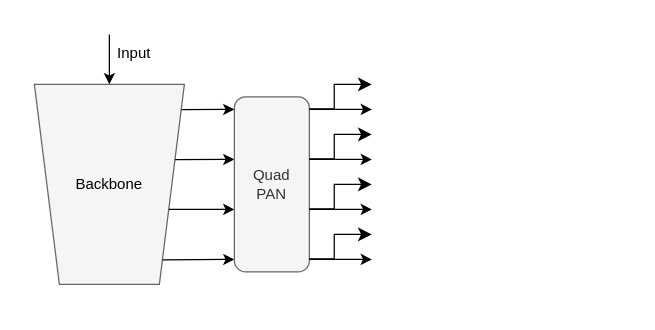
This is 未命名绘图.drawio from ThrowYouARem/d2l-zh, a draw.io file, before an edit. Source tidied: cells renumbered, new cells numbered last; positions are measured from the earlier drawing's top-left corner, leaving out a move shared by most shapes. Both pictures are drawn from the tidied source at 125%, with x=0, y=0 at pixel (34, 34).
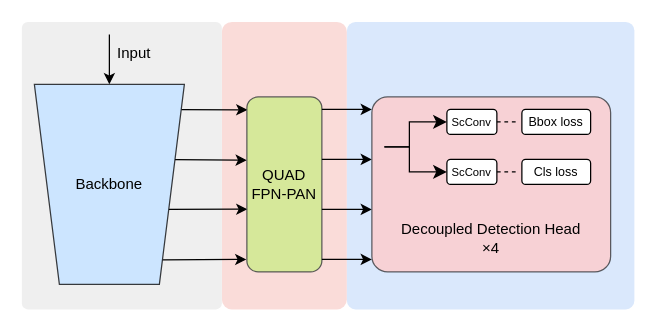
Above is the later version.

Commit message:
更新未命名绘图.drawio

Change to the diagram source:
```diff
@@
+    <mxCell id="20" style="rounded=1;whiteSpace=wrap;html=1;arcSize=8;fillColor=#fad9d5;strokeColor=none;opacity=90;" parent="1" vertex="1">
+      <mxGeometry x="150" y="-10" width="100" height="230" as="geometry" />
+    </mxCell>
+    <mxCell id="21" style="rounded=1;whiteSpace=wrap;html=1;arcSize=3;fillColor=#dae8fc;strokeColor=none;" parent="1" vertex="1">
+      <mxGeometry x="250" y="-10" width="230" height="230" as="geometry" />
+    </mxCell>
+    <mxCell id="22" style="rounded=1;whiteSpace=wrap;html=1;arcSize=3;fillColor=#eeeeee;strokeColor=none;opacity=90;" parent="1" vertex="1">
+      <mxGeometry x="-10" y="-10" width="160" height="230" as="geometry" />
+    </mxCell>
-    <mxCell id="2" style="shape=trapezoid;perimeter=trapezoidPerimeter;whiteSpace=wrap;html=1;fixedSize=1;rotation=-180;align=center;fillColor=#f5f5f5;strokeColor=#666666;fontColor=#333333;" parent="1" vertex="1">
+    <mxCell id="2" style="shape=trapezoid;perimeter=trapezoidPerimeter;whiteSpace=wrap;html=1;fixedSize=1;rotation=-180;align=center;fillColor=#cce5ff;strokeColor=#36393d;" parent="1" vertex="1">
       <mxGeometry y="40" width="120" height="160" as="geometry" />
     </mxCell>
-    <mxCell id="3" style="endArrow=classic;html=1;rounded=0;exitX=0.019;exitY=0.874;exitDx=0;exitDy=0;exitPerimeter=0;" parent="1" edge="1" source="2">
-      <mxGeometry relative="1" as="geometry">
-        <mxPoint x="160" y="60" as="targetPoint" />
-      </mxGeometry>
+    <mxCell id="3" style="endArrow=classic;html=1;rounded=0;exitX=0.019;exitY=0.874;exitDx=0;exitDy=0;exitPerimeter=0;entryX=0.007;entryY=0.074;entryDx=0;entryDy=0;entryPerimeter=0;" parent="1" edge="1" source="2" target="7">
+      <mxGeometry relative="1" as="geometry" />
     </mxCell>
-    <mxCell id="4" style="endArrow=classic;html=1;rounded=0;exitX=0.062;exitY=0.624;exitDx=0;exitDy=0;exitPerimeter=0;" parent="1" edge="1" source="2">
-      <mxGeometry relative="1" as="geometry">
-        <mxPoint x="160" y="100" as="targetPoint" />
-      </mxGeometry>
+    <mxCell id="4" style="endArrow=classic;html=1;rounded=0;exitX=0.062;exitY=0.624;exitDx=0;exitDy=0;exitPerimeter=0;entryX=-0.001;entryY=0.362;entryDx=0;entryDy=0;entryPerimeter=0;" parent="1" edge="1" source="2" target="7">
+      <mxGeometry relative="1" as="geometry" />
     </mxCell>
-    <mxCell id="5" style="endArrow=classic;html=1;rounded=0;exitX=0.103;exitY=0.375;exitDx=0;exitDy=0;exitPerimeter=0;" parent="1" edge="1" source="2">
-      <mxGeometry relative="1" as="geometry">
-        <mxPoint x="160" y="140" as="targetPoint" />
-      </mxGeometry>
+    <mxCell id="5" style="endArrow=classic;html=1;rounded=0;exitX=0.103;exitY=0.375;exitDx=0;exitDy=0;exitPerimeter=0;entryX=0.007;entryY=0.642;entryDx=0;entryDy=0;entryPerimeter=0;" parent="1" edge="1" source="2" target="7">
+      <mxGeometry relative="1" as="geometry" />
     </mxCell>
-    <mxCell id="6" style="endArrow=classic;html=1;rounded=0;exitX=0.144;exitY=0.123;exitDx=0;exitDy=0;exitPerimeter=0;" parent="1" edge="1" source="2">
-      <mxGeometry relative="1" as="geometry">
-        <mxPoint x="160" y="180" as="targetPoint" />
-      </mxGeometry>
+    <mxCell id="6" style="endArrow=classic;html=1;rounded=0;exitX=0.144;exitY=0.123;exitDx=0;exitDy=0;exitPerimeter=0;entryX=-0.007;entryY=0.929;entryDx=0;entryDy=0;entryPerimeter=0;" parent="1" edge="1" source="2" target="7">
+      <mxGeometry relative="1" as="geometry" />
     </mxCell>
-    <mxCell id="7" value="Quad&lt;div&gt;PAN&lt;/div&gt;" style="rounded=1;whiteSpace=wrap;html=1;fillColor=#f5f5f5;strokeColor=#666666;fontColor=#333333;" parent="1" vertex="1">
-      <mxGeometry x="160" y="50" width="60" height="140" as="geometry" />
+    <mxCell id="7" value="&lt;div&gt;QUAD&lt;/div&gt;&lt;div&gt;FPN-PAN&lt;/div&gt;" style="rounded=1;whiteSpace=wrap;html=1;fillColor=#cdeb8b;strokeColor=#36393d;opacity=80;" parent="1" vertex="1">
+      <mxGeometry x="170" y="50" width="60" height="140" as="geometry" />
     </mxCell>
@@
-    <mxCell id="9" value="Backbone" style="text;html=1;align=center;verticalAlign=middle;whiteSpace=wrap;rounded=0;" parent="1" vertex="1">
+    <mxCell id="9" value="&lt;div&gt;&lt;span style=&quot;background-color: initial;&quot;&gt;Backbone&lt;/span&gt;&lt;br&gt;&lt;/div&gt;" style="text;html=1;align=center;verticalAlign=middle;whiteSpace=wrap;rounded=0;" parent="1" vertex="1">
       <mxGeometry x="30" y="105" width="60" height="30" as="geometry" />
     </mxCell>
@@
-    <mxCell id="12" style="edgeStyle=elbowEdgeStyle;elbow=horizontal;endArrow=classic;html=1;curved=0;rounded=0;endSize=8;startSize=8;exitX=1.001;exitY=0.354;exitDx=0;exitDy=0;exitPerimeter=0;" parent="1" edge="1">
-      <mxGeometry relative="1" as="geometry">
-        <mxPoint x="220" y="59.6" as="sourcePoint" />
-        <mxPoint x="269.9" y="40" as="targetPoint" />
-        <Array as="points">
-          <mxPoint x="239.9" y="50" />
-        </Array>
-      </mxGeometry>
-    </mxCell>
     <mxCell id="13" style="endArrow=classic;html=1;rounded=0;" parent="1" edge="1">
       <mxGeometry relative="1" as="geometry">
-        <mxPoint x="220" y="60" as="sourcePoint" />
+        <mxPoint x="230" y="60" as="sourcePoint" />
         <mxPoint x="270" y="60" as="targetPoint" />
       </mxGeometry>
     </mxCell>
-    <mxCell id="14" style="edgeStyle=elbowEdgeStyle;elbow=horizontal;endArrow=classic;html=1;curved=0;rounded=0;endSize=8;startSize=8;exitX=1.001;exitY=0.354;exitDx=0;exitDy=0;exitPerimeter=0;" parent="1" edge="1">
-      <mxGeometry relative="1" as="geometry">
-        <mxPoint x="220" y="99.6" as="sourcePoint" />
-        <mxPoint x="269.9" y="80" as="targetPoint" />
-        <Array as="points">
-          <mxPoint x="239.9" y="90" />
-        </Array>
-      </mxGeometry>
-    </mxCell>
     <mxCell id="15" style="endArrow=classic;html=1;rounded=0;" parent="1" edge="1">
       <mxGeometry relative="1" as="geometry">
-        <mxPoint x="220" y="100" as="sourcePoint" />
+        <mxPoint x="230" y="100" as="sourcePoint" />
         <mxPoint x="270" y="100" as="targetPoint" />
       </mxGeometry>
     </mxCell>
-    <mxCell id="16" style="edgeStyle=elbowEdgeStyle;elbow=horizontal;endArrow=classic;html=1;curved=0;rounded=0;endSize=8;startSize=8;exitX=1.001;exitY=0.354;exitDx=0;exitDy=0;exitPerimeter=0;" parent="1" edge="1">
-      <mxGeometry relative="1" as="geometry">
-        <mxPoint x="220" y="139.6" as="sourcePoint" />
-        <mxPoint x="269.9" y="120" as="targetPoint" />
-        <Array as="points">
-          <mxPoint x="239.9" y="130" />
-        </Array>
-      </mxGeometry>
-    </mxCell>
     <mxCell id="17" style="endArrow=classic;html=1;rounded=0;" parent="1" edge="1">
       <mxGeometry relative="1" as="geometry">
-        <mxPoint x="220" y="140" as="sourcePoint" />
+        <mxPoint x="230" y="140" as="sourcePoint" />
         <mxPoint x="270" y="140" as="targetPoint" />
       </mxGeometry>
     </mxCell>
-    <mxCell id="18" style="edgeStyle=elbowEdgeStyle;elbow=horizontal;endArrow=classic;html=1;curved=0;rounded=0;endSize=8;startSize=8;exitX=1.001;exitY=0.354;exitDx=0;exitDy=0;exitPerimeter=0;" parent="1" edge="1">
-      <mxGeometry relative="1" as="geometry">
-        <mxPoint x="220" y="179.6" as="sourcePoint" />
-        <mxPoint x="269.9" y="160" as="targetPoint" />
-        <Array as="points">
-          <mxPoint x="239.9" y="170" />
-        </Array>
-      </mxGeometry>
-    </mxCell>
     <mxCell id="19" style="endArrow=classic;html=1;rounded=0;" parent="1" edge="1">
       <mxGeometry relative="1" as="geometry">
-        <mxPoint x="220" y="180" as="sourcePoint" />
+        <mxPoint x="230" y="180" as="sourcePoint" />
         <mxPoint x="270" y="180" as="targetPoint" />
       </mxGeometry>
     </mxCell>
+    <mxCell id="23" value="&lt;div style=&quot;&quot;&gt;&lt;br&gt;&lt;/div&gt;&lt;div style=&quot;&quot;&gt;&lt;br&gt;&lt;/div&gt;&lt;div style=&quot;&quot;&gt;&lt;br&gt;&lt;/div&gt;&lt;div style=&quot;&quot;&gt;&lt;br&gt;&lt;/div&gt;&lt;div style=&quot;&quot;&gt;&lt;br&gt;&lt;/div&gt;&lt;div style=&quot;&quot;&gt;&lt;br&gt;&lt;/div&gt;&lt;div style=&quot;&quot;&gt;Decoupled Detection Head&lt;/div&gt;&lt;div style=&quot;&quot;&gt;×4&lt;br&gt;&lt;/div&gt;" style="rounded=1;whiteSpace=wrap;html=1;align=center;fillColor=#ffcccc;strokeColor=#36393d;glass=0;shadow=0;arcSize=9;opacity=80;" parent="1" vertex="1">
+      <mxGeometry x="270" y="50" width="191" height="140" as="geometry" />
+    </mxCell>
+    <mxCell id="24" style="edgeStyle=elbowEdgeStyle;elbow=horizontal;endArrow=classic;html=1;curved=0;rounded=0;endSize=8;startSize=8;" parent="1" edge="1">
+      <mxGeometry relative="1" as="geometry">
+        <mxPoint x="280" y="90" as="sourcePoint" />
+        <mxPoint x="330" y="110" as="targetPoint" />
+        <Array as="points">
+          <mxPoint x="300" y="100" />
+        </Array>
+      </mxGeometry>
+    </mxCell>
+    <mxCell id="25" value="&lt;font style=&quot;font-size: 10px;&quot;&gt;Bbox loss&lt;/font&gt;" style="rounded=1;whiteSpace=wrap;html=1;" parent="1" vertex="1">
+      <mxGeometry x="390" y="60" width="55" height="20" as="geometry" />
+    </mxCell>
+    <mxCell id="26" value="&lt;font style=&quot;font-size: 10px;&quot;&gt;Cls loss&lt;/font&gt;" style="rounded=1;whiteSpace=wrap;html=1;" parent="1" vertex="1">
+      <mxGeometry x="390" y="100" width="55" height="20" as="geometry" />
+    </mxCell>
+    <mxCell id="27" style="edgeStyle=elbowEdgeStyle;elbow=horizontal;endArrow=classic;html=1;curved=0;rounded=0;endSize=8;startSize=8;" parent="1" edge="1">
+      <mxGeometry relative="1" as="geometry">
+        <mxPoint x="280" y="90" as="sourcePoint" />
+        <mxPoint x="330" y="70" as="targetPoint" />
+        <Array as="points">
+          <mxPoint x="300" y="80" />
+        </Array>
+      </mxGeometry>
+    </mxCell>
+    <mxCell id="28" value="&lt;font style=&quot;font-size: 9px;&quot;&gt;ScConv&lt;/font&gt;" style="rounded=1;whiteSpace=wrap;html=1;" parent="1" vertex="1">
+      <mxGeometry x="330" y="60" width="40" height="20" as="geometry" />
+    </mxCell>
+    <mxCell id="29" value="&lt;font style=&quot;font-size: 9px;&quot;&gt;ScConv&lt;/font&gt;" style="rounded=1;whiteSpace=wrap;html=1;" parent="1" vertex="1">
+      <mxGeometry x="330" y="100" width="40" height="20" as="geometry" />
+    </mxCell>
+    <mxCell id="30" style="endArrow=none;html=1;rounded=0;entryX=0;entryY=0.5;entryDx=0;entryDy=0;exitX=1;exitY=0.5;exitDx=0;exitDy=0;dashed=1;" parent="1" edge="1" source="28">
+      <mxGeometry relative="1" as="geometry">
+        <mxPoint x="385" y="70" as="targetPoint" />
+      </mxGeometry>
+    </mxCell>
+    <mxCell id="31" style="endArrow=none;html=1;rounded=0;entryX=0;entryY=0.5;entryDx=0;entryDy=0;exitX=1;exitY=0.5;exitDx=0;exitDy=0;dashed=1;" parent="1" edge="1" source="29">
+      <mxGeometry relative="1" as="geometry">
+        <mxPoint x="385" y="110" as="targetPoint" />
+      </mxGeometry>
+    </mxCell>
```
